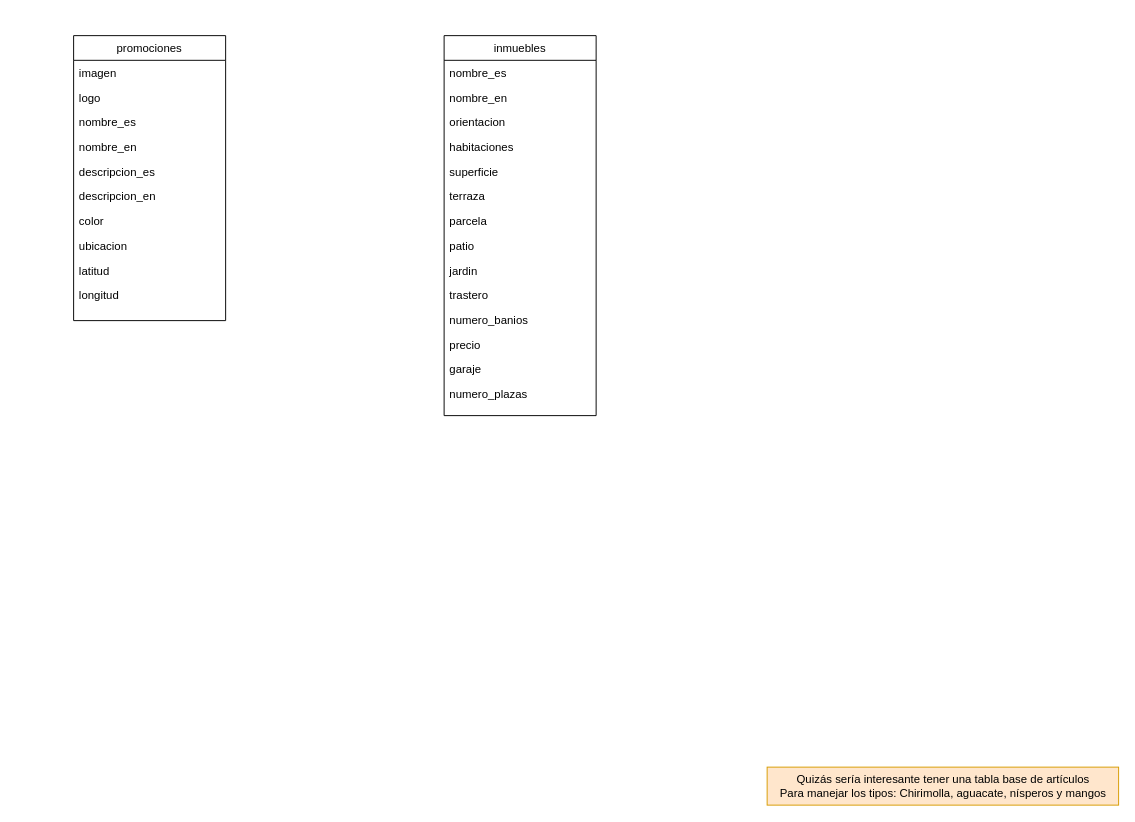
Earlier version of the draw.io diagram Diagrama sin título.drawio (abdell1999/blog). Source tidied: cells renumbered, new cells numbered last; positions are measured from the earlier drawing's top-left corner, leaving out a move shared by most shapes. Both pictures are drawn from the tidied source at 95%, with x=0, y=0 at pixel (73, 35).
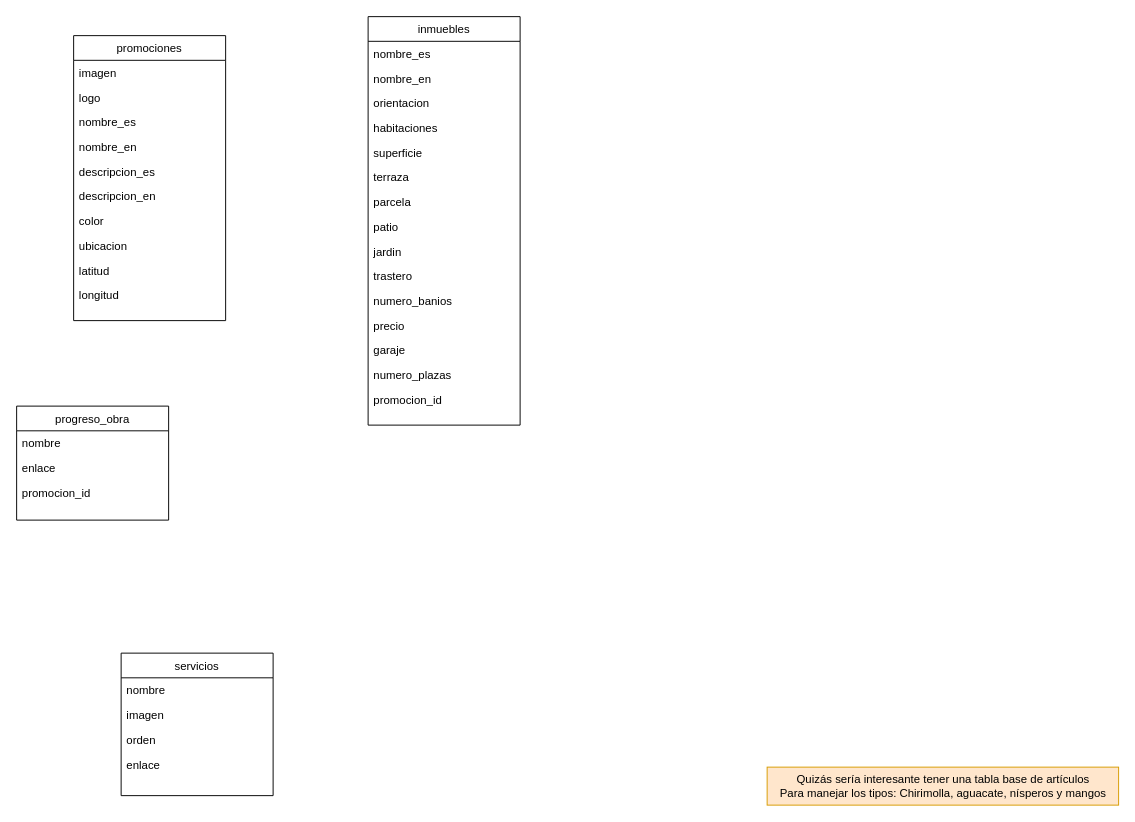
After the change.

The edit, as a diff of the source:
```diff
@@
     <mxCell id="14" value="inmuebles" style="swimlane;fontStyle=0;align=center;verticalAlign=top;horizontal=1;startSize=26;rounded=0;shadow=0;strokeWidth=1;" parent="1" vertex="1">
-      <mxGeometry x="390" width="160" height="400" as="geometry" />
+      <mxGeometry x="310" y="-20" width="160" height="430" as="geometry" />
     </mxCell>
@@
+    <mxCell id="29" value="promocion_id" style="text;align=left;verticalAlign=top;spacingLeft=4;spacingRight=4;overflow=hidden;rounded=0;shadow=0;html=0;" parent="14" vertex="1">
+      <mxGeometry y="390" width="160" height="26" as="geometry" />
+    </mxCell>
+    <mxCell id="30" value="progreso_obra" style="swimlane;fontStyle=0;align=center;verticalAlign=top;horizontal=1;startSize=26;rounded=0;shadow=0;strokeWidth=1;" parent="1" vertex="1">
+      <mxGeometry x="-60" y="390" width="160" height="120" as="geometry" />
+    </mxCell>
+    <mxCell id="31" value="nombre" style="text;align=left;verticalAlign=top;spacingLeft=4;spacingRight=4;overflow=hidden;" parent="30" vertex="1">
+      <mxGeometry y="26" width="160" height="26" as="geometry" />
+    </mxCell>
+    <mxCell id="32" value="enlace" style="text;align=left;verticalAlign=top;spacingLeft=4;spacingRight=4;overflow=hidden;rounded=0;shadow=0;html=0;" parent="30" vertex="1">
+      <mxGeometry y="52" width="160" height="26" as="geometry" />
+    </mxCell>
+    <mxCell id="33" value="promocion_id" style="text;align=left;verticalAlign=top;spacingLeft=4;spacingRight=4;overflow=hidden;rounded=0;shadow=0;html=0;" parent="30" vertex="1">
+      <mxGeometry y="78" width="160" height="26" as="geometry" />
+    </mxCell>
+    <mxCell id="34" value="servicios" style="swimlane;fontStyle=0;align=center;verticalAlign=top;horizontal=1;startSize=26;rounded=0;shadow=0;strokeWidth=1;" parent="1" vertex="1">
+      <mxGeometry x="50" y="650" width="160" height="150" as="geometry" />
+    </mxCell>
+    <mxCell id="35" value="nombre" style="text;align=left;verticalAlign=top;spacingLeft=4;spacingRight=4;overflow=hidden;" parent="34" vertex="1">
+      <mxGeometry y="26" width="160" height="26" as="geometry" />
+    </mxCell>
+    <mxCell id="36" value="imagen" style="text;align=left;verticalAlign=top;spacingLeft=4;spacingRight=4;overflow=hidden;rounded=0;shadow=0;html=0;" parent="34" vertex="1">
+      <mxGeometry y="52" width="160" height="26" as="geometry" />
+    </mxCell>
+    <mxCell id="37" value="orden" style="text;align=left;verticalAlign=top;spacingLeft=4;spacingRight=4;overflow=hidden;rounded=0;shadow=0;html=0;" parent="34" vertex="1">
+      <mxGeometry y="78" width="160" height="26" as="geometry" />
+    </mxCell>
+    <mxCell id="38" value="enlace" style="text;align=left;verticalAlign=top;spacingLeft=4;spacingRight=4;overflow=hidden;rounded=0;shadow=0;html=0;" parent="34" vertex="1">
+      <mxGeometry y="104" width="160" height="26" as="geometry" />
+    </mxCell>
```
